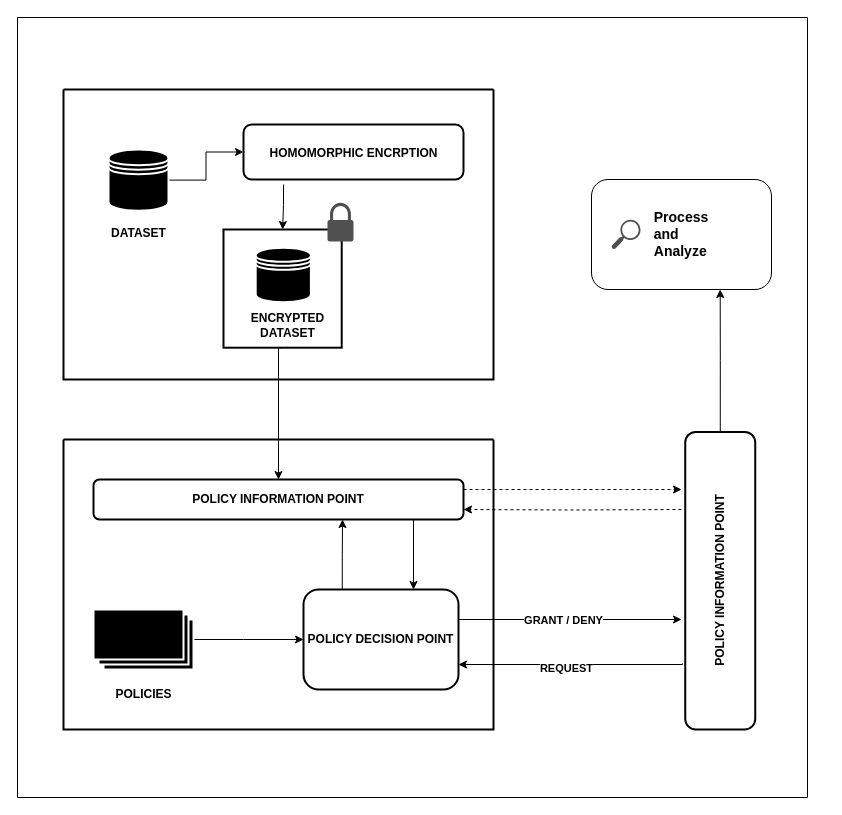
CyberAakash/20BCS025 keeps this draw.io diagram as Copy of JERRY.drawio. Above is the earlier version. Source tidied: cells renumbered, new cells numbered last; positions are measured from the earlier drawing's top-left corner, leaving out a move shared by most shapes. Both pictures are drawn from the tidied source at 100%, with x=0, y=0 at pixel (17, 17).
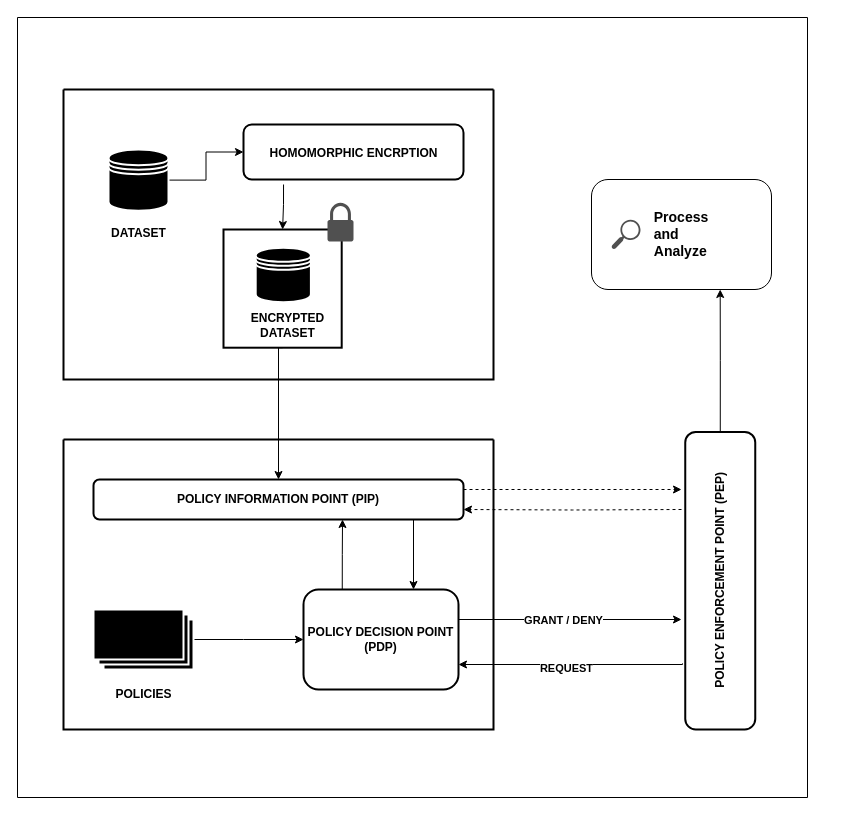
Above is the later version.

Unchanged cells that the change refers to:
```xml
<mxCell id="15" style="swimlane;startSize=0;fillColor=none;strokeColor=default;strokeWidth=2;fontColor=#000000;" parent="1" vertex="1">
  <mxGeometry x="46" y="422" width="430" height="290" as="geometry" />
</mxCell>
```

The edit, as a diff of the source:
```diff
@@
-    <mxCell id="16" value="&lt;b&gt;&lt;font&gt;POLICY DECISION POINT&lt;/font&gt;&lt;br&gt;&lt;/b&gt;" style="rounded=1;whiteSpace=wrap;html=1;fillColor=none;strokeColor=default;strokeWidth=2;fontColor=#000000;" parent="15" vertex="1">
+    <mxCell id="16" value="&lt;b&gt;&lt;font&gt;POLICY DECISION POINT (PDP)&lt;/font&gt;&lt;br&gt;&lt;/b&gt;" style="rounded=1;whiteSpace=wrap;html=1;fillColor=none;strokeColor=default;strokeWidth=2;fontColor=#000000;" parent="15" vertex="1">
       <mxGeometry x="240" y="150" width="155" height="100" as="geometry" />
     </mxCell>
@@
-    <mxCell id="18" value="&lt;b&gt;&lt;font&gt;POLICY INFORMATION POINT&lt;/font&gt;&lt;br&gt;&lt;/b&gt;" style="rounded=1;whiteSpace=wrap;html=1;fillColor=none;strokeColor=default;strokeWidth=2;fontColor=#000000;" parent="15" vertex="1">
+    <mxCell id="18" value="&lt;b&gt;&lt;font&gt;POLICY INFORMATION POINT (PIP)&lt;/font&gt;&lt;br&gt;&lt;/b&gt;" style="rounded=1;whiteSpace=wrap;html=1;fillColor=none;strokeColor=default;strokeWidth=2;fontColor=#000000;" parent="15" vertex="1">
       <mxGeometry x="30" y="40" width="370" height="40" as="geometry" />
     </mxCell>
@@
-    <mxCell id="27" value="&lt;b&gt;&lt;font&gt;POLICY INFORMATION POINT&lt;/font&gt;&lt;br&gt;&lt;/b&gt;" style="rounded=1;whiteSpace=wrap;html=1;fillColor=none;strokeColor=default;strokeWidth=2;fontColor=#000000;rotation=-90;" parent="1" vertex="1">
+    <mxCell id="27" value="&lt;b&gt;&lt;font&gt;POLICY ENFORCEMENT POINT (PEP)&lt;/font&gt;&lt;br&gt;&lt;/b&gt;" style="rounded=1;whiteSpace=wrap;html=1;fillColor=none;strokeColor=default;strokeWidth=2;fontColor=#000000;rotation=-90;" parent="1" vertex="1">
       <mxGeometry x="554" y="528.2" width="297.5" height="70" as="geometry" />
     </mxCell>
```
